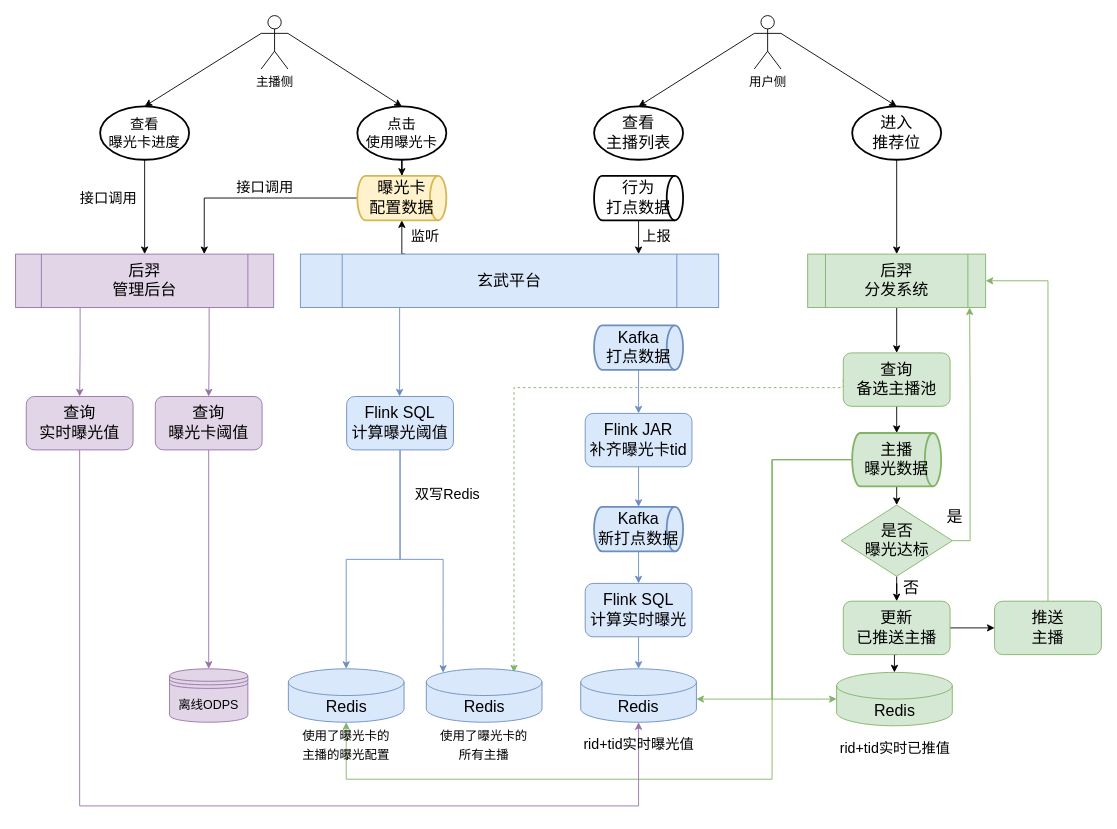
hongweilv-whu/flowCharts keeps this draw.io diagram as 后羿接曝光卡.drawio. Above is the earlier version. Source tidied: cells renumbered, new cells numbered last; positions are measured from the earlier drawing's top-left corner, leaving out a move shared by most shapes. Both pictures are drawn from the tidied source at 89%, with x=0, y=0 at pixel (15, 15).
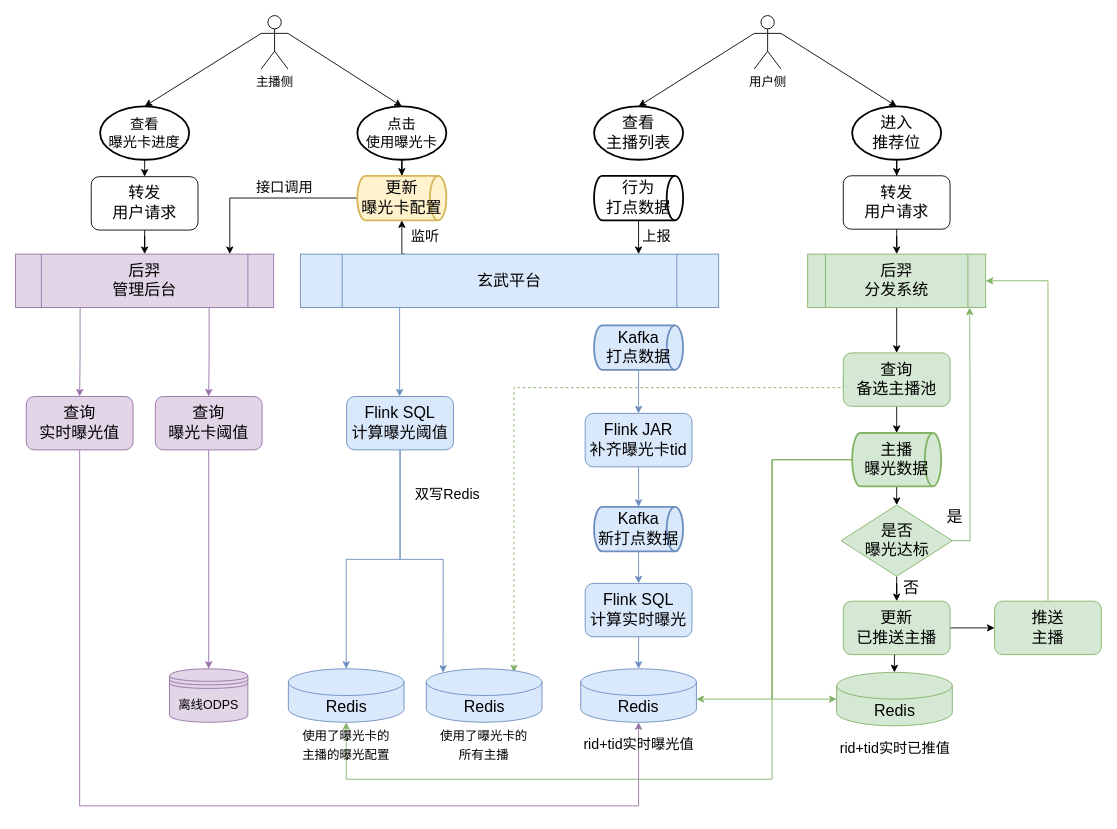
Above is the later version.

Commit message:
Update 后羿接曝光卡.drawio

Unchanged cells that the change refers to:
```xml
<mxCell id="11" value="后羿&lt;br&gt;分发系统" style="shape=process;whiteSpace=wrap;html=1;backgroundOutline=1;fontSize=18;fillColor=#d5e8d4;strokeColor=#82b366;" parent="1" vertex="1">
  <mxGeometry x="890" y="268" width="200" height="60" as="geometry" />
</mxCell>
<mxCell id="41" value="&lt;font style=&quot;font-size: 18px;&quot;&gt;进入&lt;br&gt;推荐位&lt;/font&gt;" style="strokeWidth=2;html=1;shape=mxgraph.flowchart.start_1;whiteSpace=wrap;fontSize=14;" parent="1" vertex="1">
  <mxGeometry x="940" y="102" width="100" height="60" as="geometry" />
</mxCell>
<mxCell id="45" value="&lt;font style=&quot;font-size: 16px;&quot;&gt;查看&lt;br style=&quot;&quot;&gt;曝光卡进度&lt;/font&gt;" style="strokeWidth=2;html=1;shape=mxgraph.flowchart.start_1;whiteSpace=wrap;fontSize=14;" parent="1" vertex="1">
  <mxGeometry x="95" y="102" width="100" height="60" as="geometry" />
</mxCell>
```

The edit, as a diff of the source:
```diff
@@
-    <mxCell id="40" style="edgeStyle=orthogonalEdgeStyle;rounded=0;jettySize=auto;html=1;exitX=0.5;exitY=1;exitDx=0;exitDy=0;exitPerimeter=0;fontSize=18;" parent="1" edge="1" source="41" target="11">
-      <mxGeometry relative="1" as="geometry" />
-    </mxCell>
+    <mxCell id="78" style="edgeStyle=orthogonalEdgeStyle;rounded=0;jettySize=auto;html=1;exitX=0.5;exitY=1;exitDx=0;exitDy=0;exitPerimeter=0;fontSize=16;" parent="1" edge="1" source="41" target="81">
+      <mxGeometry relative="1" as="geometry" />
+    </mxCell>
@@
-    <mxCell id="44" style="edgeStyle=orthogonalEdgeStyle;rounded=0;jettySize=auto;html=1;exitX=0.5;exitY=1;exitDx=0;exitDy=0;exitPerimeter=0;fontSize=16;" parent="1" edge="1" source="45" target="67">
-      <mxGeometry relative="1" as="geometry" />
-    </mxCell>
+    <mxCell id="79" style="edgeStyle=orthogonalEdgeStyle;rounded=0;jettySize=auto;html=1;exitX=0.5;exitY=1;exitDx=0;exitDy=0;exitPerimeter=0;entryX=0.5;entryY=0;entryDx=0;entryDy=0;fontSize=16;" parent="1" edge="1" source="45" target="83">
+      <mxGeometry relative="1" as="geometry" />
+    </mxCell>
@@
-    <mxCell id="57" style="edgeStyle=orthogonalEdgeStyle;rounded=0;jettySize=auto;html=1;exitX=0;exitY=0.5;exitDx=0;exitDy=0;exitPerimeter=0;entryX=0.731;entryY=0;entryDx=0;entryDy=0;entryPerimeter=0;fontSize=16;" parent="1" edge="1" source="58" target="67">
+    <mxCell id="57" style="edgeStyle=orthogonalEdgeStyle;rounded=0;jettySize=auto;html=1;exitX=0;exitY=0.5;exitDx=0;exitDy=0;exitPerimeter=0;entryX=0.83;entryY=0;entryDx=0;entryDy=0;entryPerimeter=0;fontSize=16;" parent="1" edge="1" source="58" target="67">
       <mxGeometry relative="1" as="geometry" />
     </mxCell>
-    <mxCell id="58" value="&lt;span style=&quot;font-size: 18px;&quot;&gt;曝光卡&lt;br&gt;配置数据&lt;/span&gt;" style="strokeWidth=2;html=1;shape=mxgraph.flowchart.direct_data;whiteSpace=wrap;fontSize=16;fillColor=#fff2cc;strokeColor=#d6b656;" parent="1" vertex="1">
+    <mxCell id="58" value="&lt;span style=&quot;font-size: 18px;&quot;&gt;更新&lt;br&gt;曝光卡配置&lt;/span&gt;" style="strokeWidth=2;html=1;shape=mxgraph.flowchart.direct_data;whiteSpace=wrap;fontSize=16;fillColor=#fff2cc;strokeColor=#d6b656;" parent="1" vertex="1">
       <mxGeometry x="384" y="180" width="100" height="50" as="geometry" />
     </mxCell>
@@
-    <mxCell id="67" value="后羿&lt;br&gt;管理后台" style="shape=process;whiteSpace=wrap;html=1;backgroundOutline=1;fontSize=18;fillColor=#e1d5e7;strokeColor=#9673a6;" parent="1" vertex="1">
+    <mxCell id="67" value="后羿&lt;br&gt;管理后台" style="shape=process;whiteSpace=wrap;html=1;backgroundOutline=1;fontSize=18;fillColor=#e1d5e7;strokeColor=#9673a6;points=[[0,0,0,0,0],[0,0.25,0,0,0],[0,0.5,0,0,0],[0,0.75,0,0,0],[0,1,0,0,0],[0.25,0,0,0,0],[0.25,1,0,0,0],[0.5,0,0,0,0],[0.5,1,0,0,0],[0.75,1,0,0,0],[0.83,0,0,0,0],[1,0,0,0,0],[1,0.25,0,0,0],[1,0.5,0,0,0],[1,0.75,0,0,0],[1,1,0,0,0]];" parent="1" vertex="1">
       <mxGeometry y="268" width="290" height="60" as="geometry" />
     </mxCell>
@@
     <mxCell id="71" value="接口调用" style="text;html=1;align=center;verticalAlign=middle;strokeColor=none;fillColor=none;fontSize=16;" parent="1" vertex="1">
-      <mxGeometry x="240" y="183" width="80" height="20" as="geometry" />
+      <mxGeometry x="262" y="183" width="80" height="20" as="geometry" />
     </mxCell>
-    <mxCell id="72" value="接口调用" style="text;html=1;align=center;verticalAlign=middle;strokeColor=none;fillColor=none;fontSize=16;" parent="1" vertex="1">
-      <mxGeometry x="64" y="195" width="80" height="20" as="geometry" />
-    </mxCell>
@@
+    <mxCell id="80" style="edgeStyle=orthogonalEdgeStyle;rounded=0;jettySize=auto;html=1;exitX=0.5;exitY=1;exitDx=0;exitDy=0;fontSize=16;" parent="1" edge="1" source="81" target="11">
+      <mxGeometry relative="1" as="geometry" />
+    </mxCell>
+    <mxCell id="81" value="&lt;span style=&quot;font-size: 18px;&quot;&gt;转发&lt;br&gt;用户请求&lt;/span&gt;" style="rounded=1;whiteSpace=wrap;html=1;fontSize=14;" parent="1" vertex="1">
+      <mxGeometry x="930" y="180" width="120" height="60" as="geometry" />
+    </mxCell>
+    <mxCell id="82" style="edgeStyle=orthogonalEdgeStyle;rounded=0;jettySize=auto;html=1;exitX=0.5;exitY=1;exitDx=0;exitDy=0;fontSize=16;" parent="1" edge="1" source="83" target="67">
+      <mxGeometry relative="1" as="geometry" />
+    </mxCell>
+    <mxCell id="83" value="&lt;span style=&quot;font-size: 18px;&quot;&gt;转发&lt;br&gt;用户请求&lt;/span&gt;" style="rounded=1;whiteSpace=wrap;html=1;fontSize=14;" parent="1" vertex="1">
+      <mxGeometry x="85" y="181" width="120" height="60" as="geometry" />
+    </mxCell>
```
